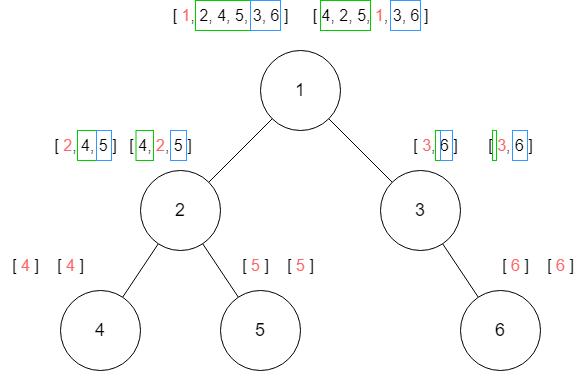
Before: Python3/img/PreorderInorder.png, a diagram exported from draw.io (ashiven/leetcode-solutions). Source tidied: cells renumbered, new cells last; positions are measured from the earlier drawing's top-left corner, leaving out a move shared by most shapes.
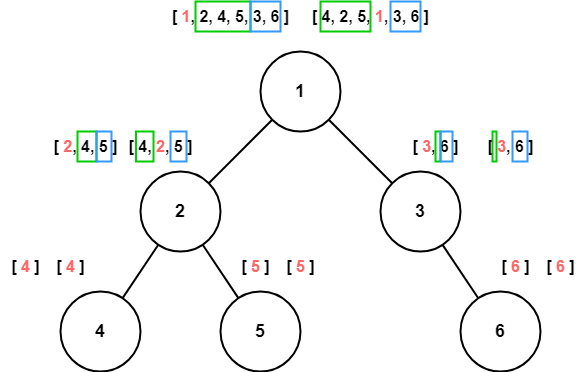
Above is the later version.

What changed in the source:
```diff
@@ -1,110 +1,110 @@
-<mxGraphModel>
+<mxGraphModel background="#ffffff">
   <root>
     <mxCell id="0" />
     <mxCell id="1" parent="0" />
-    <mxCell id="2" value="1" style="ellipse;whiteSpace=wrap;html=1;fillColor=none;fontSize=18;" parent="1" vertex="1">
+    <mxCell id="2" value="1" style="ellipse;whiteSpace=wrap;html=1;fillColor=none;fontSize=18;strokeWidth=2;fontStyle=1;" parent="1" vertex="1">
       <mxGeometry x="260" y="50" width="80" height="80" as="geometry" />
     </mxCell>
-    <mxCell id="3" value="2" style="ellipse;whiteSpace=wrap;html=1;fillColor=none;fontSize=18;" parent="1" vertex="1">
+    <mxCell id="3" value="2" style="ellipse;whiteSpace=wrap;html=1;fillColor=none;fontSize=18;strokeWidth=2;fontStyle=1;" parent="1" vertex="1">
       <mxGeometry x="140" y="170" width="80" height="80" as="geometry" />
     </mxCell>
-    <mxCell id="4" value="3" style="ellipse;whiteSpace=wrap;html=1;fillColor=none;fontSize=18;" parent="1" vertex="1">
+    <mxCell id="4" value="3" style="ellipse;whiteSpace=wrap;html=1;fillColor=none;fontSize=18;strokeWidth=2;fontStyle=1;" parent="1" vertex="1">
       <mxGeometry x="380" y="170" width="80" height="80" as="geometry" />
     </mxCell>
-    <mxCell id="5" value="4" style="ellipse;whiteSpace=wrap;html=1;fillColor=none;fontSize=18;" parent="1" vertex="1">
+    <mxCell id="5" value="4" style="ellipse;whiteSpace=wrap;html=1;fillColor=none;fontSize=18;strokeWidth=2;fontStyle=1;" parent="1" vertex="1">
       <mxGeometry x="60" y="290" width="80" height="80" as="geometry" />
     </mxCell>
-    <mxCell id="6" value="5" style="ellipse;whiteSpace=wrap;html=1;fillColor=none;fontSize=18;" parent="1" vertex="1">
+    <mxCell id="6" value="5" style="ellipse;whiteSpace=wrap;html=1;fillColor=none;fontSize=18;strokeWidth=2;fontStyle=1;" parent="1" vertex="1">
       <mxGeometry x="220" y="290" width="80" height="80" as="geometry" />
     </mxCell>
-    <mxCell id="7" value="6" style="ellipse;whiteSpace=wrap;html=1;fillColor=none;fontSize=18;" parent="1" vertex="1">
+    <mxCell id="7" value="6" style="ellipse;whiteSpace=wrap;html=1;fillColor=none;fontSize=18;strokeWidth=2;fontStyle=1;" parent="1" vertex="1">
       <mxGeometry x="460" y="290" width="80" height="80" as="geometry" />
     </mxCell>
-    <mxCell id="8" style="endArrow=none;html=1;rounded=0;" parent="1" edge="1" source="3" target="2">
+    <mxCell id="8" style="endArrow=none;html=1;rounded=0;strokeWidth=2;fontStyle=1;" parent="1" edge="1" source="3" target="2">
       <mxGeometry relative="1" as="geometry" />
     </mxCell>
-    <mxCell id="9" style="endArrow=none;html=1;rounded=0;" parent="1" edge="1" source="2" target="4">
+    <mxCell id="9" style="endArrow=none;html=1;rounded=0;strokeWidth=2;fontStyle=1;" parent="1" edge="1" source="2" target="4">
       <mxGeometry relative="1" as="geometry" />
     </mxCell>
-    <mxCell id="10" style="endArrow=none;html=1;rounded=0;" parent="1" edge="1" source="5" target="3">
+    <mxCell id="10" style="endArrow=none;html=1;rounded=0;strokeWidth=2;fontStyle=1;" parent="1" edge="1" source="5" target="3">
       <mxGeometry relative="1" as="geometry" />
     </mxCell>
-    <mxCell id="11" style="endArrow=none;html=1;rounded=0;" parent="1" edge="1" source="6" target="3">
+    <mxCell id="11" style="endArrow=none;html=1;rounded=0;strokeWidth=2;fontStyle=1;" parent="1" edge="1" source="6" target="3">
       <mxGeometry relative="1" as="geometry" />
     </mxCell>
-    <mxCell id="12" style="endArrow=none;html=1;rounded=0;" parent="1" edge="1" source="4" target="7">
+    <mxCell id="12" style="endArrow=none;html=1;rounded=0;strokeWidth=2;fontStyle=1;" parent="1" edge="1" source="4" target="7">
       <mxGeometry relative="1" as="geometry" />
     </mxCell>
-    <mxCell id="13" value="[ &lt;font color=&quot;#ff6666&quot;&gt;1&lt;/font&gt;, 2, 4, 5, 3, 6 ]" style="text;html=1;align=center;verticalAlign=middle;strokeColor=none;fillColor=none;fontSize=16;" parent="1" vertex="1">
+    <mxCell id="13" value="[ &lt;font color=&quot;#ff6666&quot;&gt;1&lt;/font&gt;, 2, 4, 5, 3, 6 ]" style="text;html=1;align=center;verticalAlign=middle;strokeColor=none;fillColor=none;fontSize=16;strokeWidth=2;fontStyle=1;" parent="1" vertex="1">
       <mxGeometry x="160" width="140" height="30" as="geometry" />
     </mxCell>
-    <mxCell id="14" value="[ 4, 2, 5, &lt;font color=&quot;#ff6666&quot;&gt;1&lt;/font&gt;, 3, 6 ]" style="text;html=1;align=center;verticalAlign=middle;strokeColor=none;fillColor=none;fontSize=16;" parent="1" vertex="1">
+    <mxCell id="14" value="[ 4, 2, 5, &lt;font color=&quot;#ff6666&quot;&gt;1&lt;/font&gt;, 3, 6 ]" style="text;html=1;align=center;verticalAlign=middle;strokeColor=none;fillColor=none;fontSize=16;strokeWidth=2;fontStyle=1;" parent="1" vertex="1">
       <mxGeometry x="300" width="140" height="30" as="geometry" />
     </mxCell>
-    <mxCell id="15" value="[ &lt;font color=&quot;#ff6666&quot;&gt;2&lt;/font&gt;, 4, 5 ]" style="text;html=1;align=center;verticalAlign=middle;strokeColor=none;fillColor=none;fontSize=16;" parent="1" vertex="1">
+    <mxCell id="15" value="[ &lt;font color=&quot;#ff6666&quot;&gt;2&lt;/font&gt;, 4, 5 ]" style="text;html=1;align=center;verticalAlign=middle;strokeColor=none;fillColor=none;fontSize=16;strokeWidth=2;fontStyle=1;" parent="1" vertex="1">
       <mxGeometry x="40" y="130" width="90" height="30" as="geometry" />
     </mxCell>
-    <mxCell id="16" value="[ 4, &lt;font color=&quot;#ff6666&quot;&gt;2&lt;/font&gt;, 5&amp;nbsp;]" style="text;html=1;align=center;verticalAlign=middle;strokeColor=none;fillColor=none;fontSize=16;" parent="1" vertex="1">
+    <mxCell id="16" value="[ 4, &lt;font color=&quot;#ff6666&quot;&gt;2&lt;/font&gt;, 5&amp;nbsp;]" style="text;html=1;align=center;verticalAlign=middle;strokeColor=none;fillColor=none;fontSize=16;strokeWidth=2;fontStyle=1;" parent="1" vertex="1">
       <mxGeometry x="115" y="130" width="90" height="30" as="geometry" />
     </mxCell>
-    <mxCell id="17" value="[ &lt;font color=&quot;#ff6666&quot;&gt;4&lt;/font&gt; ]" style="text;html=1;align=center;verticalAlign=middle;strokeColor=none;fillColor=none;fontSize=16;" parent="1" vertex="1">
+    <mxCell id="17" value="[ &lt;font color=&quot;#ff6666&quot;&gt;4&lt;/font&gt; ]" style="text;html=1;align=center;verticalAlign=middle;strokeColor=none;fillColor=none;fontSize=16;strokeWidth=2;fontStyle=1;" parent="1" vertex="1">
       <mxGeometry y="250" width="50" height="30" as="geometry" />
     </mxCell>
-    <mxCell id="18" value="[ &lt;font color=&quot;#ff6666&quot;&gt;4&lt;/font&gt;&amp;nbsp;]" style="text;html=1;align=center;verticalAlign=middle;strokeColor=none;fillColor=none;fontSize=16;" parent="1" vertex="1">
+    <mxCell id="18" value="[ &lt;font color=&quot;#ff6666&quot;&gt;4&lt;/font&gt;&amp;nbsp;]" style="text;html=1;align=center;verticalAlign=middle;strokeColor=none;fillColor=none;fontSize=16;strokeWidth=2;fontStyle=1;" parent="1" vertex="1">
       <mxGeometry x="45" y="250" width="50" height="30" as="geometry" />
     </mxCell>
-    <mxCell id="19" value="[ &lt;font color=&quot;#ff6666&quot;&gt;5&lt;/font&gt;&amp;nbsp;]" style="text;html=1;align=center;verticalAlign=middle;strokeColor=none;fillColor=none;fontSize=16;" parent="1" vertex="1">
+    <mxCell id="19" value="[ &lt;font color=&quot;#ff6666&quot;&gt;5&lt;/font&gt;&amp;nbsp;]" style="text;html=1;align=center;verticalAlign=middle;strokeColor=none;fillColor=none;fontSize=16;strokeWidth=2;fontStyle=1;" parent="1" vertex="1">
       <mxGeometry x="230" y="250" width="50" height="30" as="geometry" />
     </mxCell>
-    <mxCell id="20" value="[ &lt;font color=&quot;#ff6666&quot;&gt;5&lt;/font&gt;&amp;nbsp;]" style="text;html=1;align=center;verticalAlign=middle;strokeColor=none;fillColor=none;fontSize=16;" parent="1" vertex="1">
+    <mxCell id="20" value="[ &lt;font color=&quot;#ff6666&quot;&gt;5&lt;/font&gt;&amp;nbsp;]" style="text;html=1;align=center;verticalAlign=middle;strokeColor=none;fillColor=none;fontSize=16;strokeWidth=2;fontStyle=1;" parent="1" vertex="1">
       <mxGeometry x="275" y="250" width="50" height="30" as="geometry" />
     </mxCell>
-    <mxCell id="21" value="[ &lt;font color=&quot;#ff6666&quot;&gt;3&lt;/font&gt;, 6 ]" style="text;html=1;align=center;verticalAlign=middle;strokeColor=none;fillColor=none;fontSize=16;" parent="1" vertex="1">
+    <mxCell id="21" value="[ &lt;font color=&quot;#ff6666&quot;&gt;3&lt;/font&gt;, 6 ]" style="text;html=1;align=center;verticalAlign=middle;strokeColor=none;fillColor=none;fontSize=16;strokeWidth=2;fontStyle=1;" parent="1" vertex="1">
       <mxGeometry x="400" y="130" width="70" height="30" as="geometry" />
     </mxCell>
-    <mxCell id="22" value="[ &lt;font color=&quot;#ff6666&quot;&gt;3&lt;/font&gt;, 6 ]" style="text;html=1;align=center;verticalAlign=middle;strokeColor=none;fillColor=none;fontSize=16;" parent="1" vertex="1">
+    <mxCell id="22" value="[ &lt;font color=&quot;#ff6666&quot;&gt;3&lt;/font&gt;, 6 ]" style="text;html=1;align=center;verticalAlign=middle;strokeColor=none;fillColor=none;fontSize=16;strokeWidth=2;fontStyle=1;" parent="1" vertex="1">
       <mxGeometry x="475" y="130" width="70" height="30" as="geometry" />
     </mxCell>
-    <mxCell id="23" value="[ &lt;font color=&quot;#ff6666&quot;&gt;6&lt;/font&gt;&amp;nbsp;]" style="text;html=1;align=center;verticalAlign=middle;strokeColor=none;fillColor=none;fontSize=16;" parent="1" vertex="1">
+    <mxCell id="23" value="[ &lt;font color=&quot;#ff6666&quot;&gt;6&lt;/font&gt;&amp;nbsp;]" style="text;html=1;align=center;verticalAlign=middle;strokeColor=none;fillColor=none;fontSize=16;strokeWidth=2;fontStyle=1;" parent="1" vertex="1">
       <mxGeometry x="490" y="250" width="50" height="30" as="geometry" />
     </mxCell>
-    <mxCell id="24" value="[ &lt;font color=&quot;#ff6666&quot;&gt;6&lt;/font&gt;&amp;nbsp;]" style="text;html=1;align=center;verticalAlign=middle;strokeColor=none;fillColor=none;fontSize=16;" parent="1" vertex="1">
+    <mxCell id="24" value="[ &lt;font color=&quot;#ff6666&quot;&gt;6&lt;/font&gt;&amp;nbsp;]" style="text;html=1;align=center;verticalAlign=middle;strokeColor=none;fillColor=none;fontSize=16;strokeWidth=2;fontStyle=1;" parent="1" vertex="1">
       <mxGeometry x="535" y="250" width="50" height="30" as="geometry" />
     </mxCell>
-    <mxCell id="25" style="rounded=0;whiteSpace=wrap;html=1;fillColor=none;strokeColor=#00CC00;" parent="1" vertex="1">
+    <mxCell id="25" style="rounded=0;whiteSpace=wrap;html=1;fillColor=none;strokeColor=#00CC00;strokeWidth=2;fontStyle=1;" parent="1" vertex="1">
       <mxGeometry x="195" width="55" height="30" as="geometry" />
     </mxCell>
-    <mxCell id="26" style="rounded=0;whiteSpace=wrap;html=1;fillColor=none;strokeColor=#3399FF;" parent="1" vertex="1">
+    <mxCell id="26" style="rounded=0;whiteSpace=wrap;html=1;fillColor=none;strokeColor=#3399FF;strokeWidth=2;fontStyle=1;" parent="1" vertex="1">
       <mxGeometry x="250" width="30" height="30" as="geometry" />
     </mxCell>
-    <mxCell id="27" style="rounded=0;whiteSpace=wrap;html=1;fillColor=none;strokeColor=#00CC00;" parent="1" vertex="1">
+    <mxCell id="27" style="rounded=0;whiteSpace=wrap;html=1;fillColor=none;strokeColor=#00CC00;strokeWidth=2;fontStyle=1;" parent="1" vertex="1">
       <mxGeometry x="320" width="50" height="30" as="geometry" />
     </mxCell>
-    <mxCell id="28" style="rounded=0;whiteSpace=wrap;html=1;fillColor=none;strokeColor=#3399FF;" parent="1" vertex="1">
+    <mxCell id="28" style="rounded=0;whiteSpace=wrap;html=1;fillColor=none;strokeColor=#3399FF;strokeWidth=2;fontStyle=1;" parent="1" vertex="1">
       <mxGeometry x="390" width="30" height="30" as="geometry" />
     </mxCell>
-    <mxCell id="29" style="rounded=0;whiteSpace=wrap;html=1;fillColor=none;strokeColor=#3399FF;" parent="1" vertex="1">
+    <mxCell id="29" style="rounded=0;whiteSpace=wrap;html=1;fillColor=none;strokeColor=#3399FF;strokeWidth=2;fontStyle=1;" parent="1" vertex="1">
       <mxGeometry x="170" y="130" width="16" height="30" as="geometry" />
     </mxCell>
-    <mxCell id="30" style="rounded=0;whiteSpace=wrap;html=1;fillColor=none;strokeColor=#00CC00;" parent="1" vertex="1">
+    <mxCell id="30" style="rounded=0;whiteSpace=wrap;html=1;fillColor=none;strokeColor=#00CC00;strokeWidth=2;fontStyle=1;" parent="1" vertex="1">
       <mxGeometry x="77" y="130" width="19" height="30" as="geometry" />
     </mxCell>
-    <mxCell id="31" style="rounded=0;whiteSpace=wrap;html=1;fillColor=none;strokeColor=#00CC00;" parent="1" vertex="1">
+    <mxCell id="31" style="rounded=0;whiteSpace=wrap;html=1;fillColor=none;strokeColor=#00CC00;strokeWidth=2;fontStyle=1;" parent="1" vertex="1">
       <mxGeometry x="135.5" y="130" width="17.5" height="30" as="geometry" />
     </mxCell>
-    <mxCell id="32" style="rounded=0;whiteSpace=wrap;html=1;fillColor=none;strokeColor=#3399FF;" parent="1" vertex="1">
+    <mxCell id="32" style="rounded=0;whiteSpace=wrap;html=1;fillColor=none;strokeColor=#3399FF;strokeWidth=2;fontStyle=1;" parent="1" vertex="1">
       <mxGeometry x="96" y="130" width="15" height="30" as="geometry" />
     </mxCell>
-    <mxCell id="33" style="rounded=0;whiteSpace=wrap;html=1;fillColor=none;strokeColor=#00CC00;" parent="1" vertex="1">
+    <mxCell id="33" style="rounded=0;whiteSpace=wrap;html=1;fillColor=none;strokeColor=#00CC00;strokeWidth=2;fontStyle=1;" parent="1" vertex="1">
       <mxGeometry x="435" y="130" width="5" height="30" as="geometry" />
     </mxCell>
-    <mxCell id="34" style="rounded=0;whiteSpace=wrap;html=1;fillColor=none;strokeColor=#3399FF;" parent="1" vertex="1">
+    <mxCell id="34" style="rounded=0;whiteSpace=wrap;html=1;fillColor=none;strokeColor=#3399FF;strokeWidth=2;fontStyle=1;" parent="1" vertex="1">
       <mxGeometry x="440" y="130" width="12" height="30" as="geometry" />
     </mxCell>
-    <mxCell id="35" style="rounded=0;whiteSpace=wrap;html=1;fillColor=none;strokeColor=#3399FF;" parent="1" vertex="1">
+    <mxCell id="35" style="rounded=0;whiteSpace=wrap;html=1;fillColor=none;strokeColor=#3399FF;strokeWidth=2;fontStyle=1;" parent="1" vertex="1">
       <mxGeometry x="512" y="130" width="15" height="30" as="geometry" />
     </mxCell>
-    <mxCell id="36" style="rounded=0;whiteSpace=wrap;html=1;fillColor=none;strokeColor=#00CC00;" parent="1" vertex="1">
+    <mxCell id="36" style="rounded=0;whiteSpace=wrap;html=1;fillColor=none;strokeColor=#00CC00;strokeWidth=2;fontStyle=1;" parent="1" vertex="1">
       <mxGeometry x="492" y="130" width="4" height="30" as="geometry" />
     </mxCell>
   </root>
```
